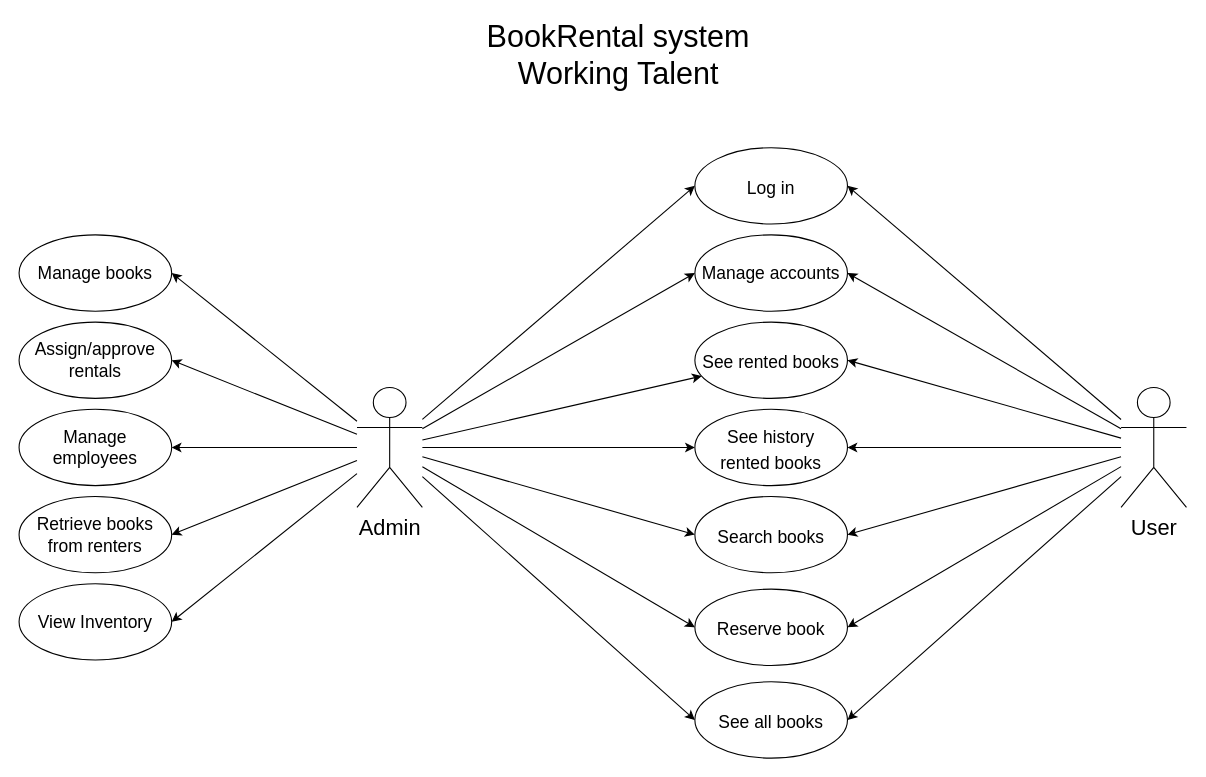
The draw.io diagram diagrams/Use case diagram.drawio in LauretteBuitenhuis/BookRental, before the edit. Source tidied: cells renumbered, new cells numbered last; positions are measured from the earlier drawing's top-left corner, leaving out a move shared by most shapes. Both pictures are drawn from the tidied source at 109%, with x=0, y=0 at pixel (19, 38).
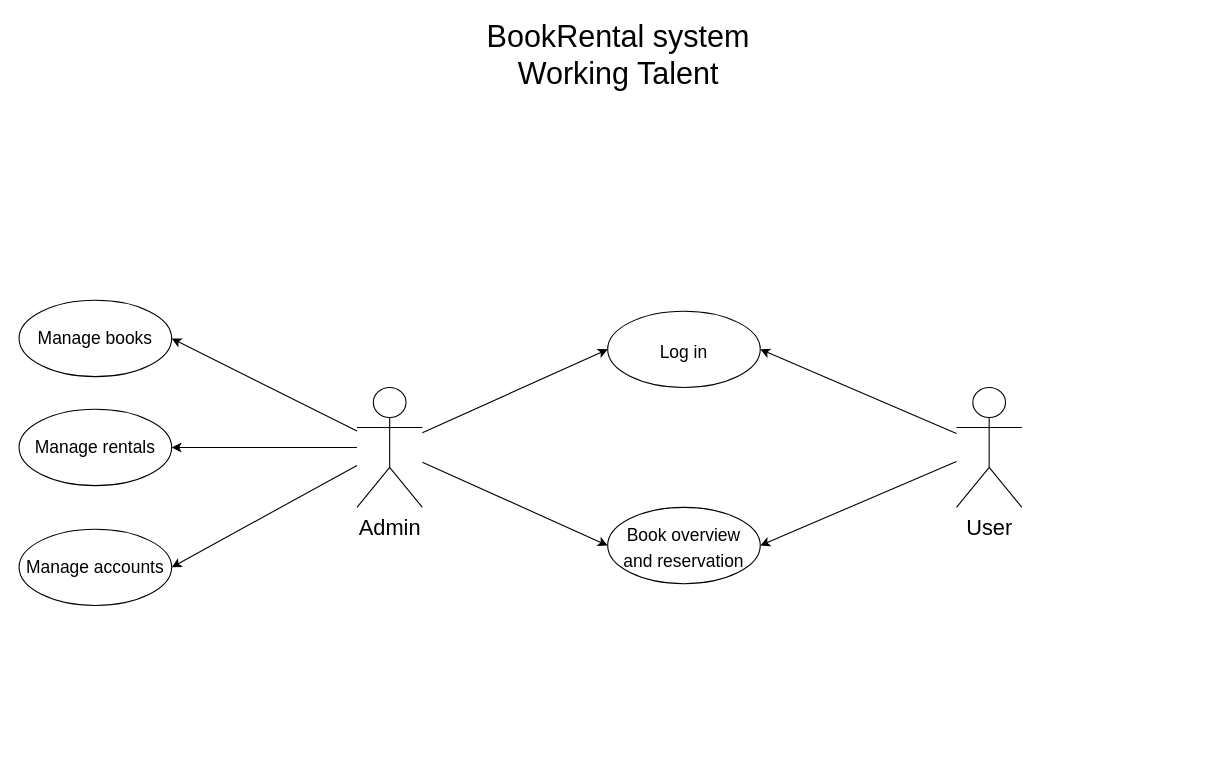
The same page after the edit.

Commit message:
Update use case diagram following combined activity diagrams

Unchanged cells that the change refers to:
```xml
<mxCell id="14" value="&lt;font style=&quot;font-size: 20px;&quot;&gt;Admin&lt;/font&gt;" style="shape=umlActor;verticalLabelPosition=bottom;verticalAlign=top;html=1;" parent="1" vertex="1">
  <mxGeometry x="310" y="320" width="60" height="110" as="geometry" />
</mxCell>
```

Diff of the diagram source:
```diff
@@
-    <mxCell id="3" style="rounded=0;jettySize=auto;html=1;" parent="1" edge="1" source="14" target="31">
+    <mxCell id="3" style="rounded=0;jettySize=auto;html=1;entryX=0;entryY=0.5;entryDx=0;entryDy=0;" parent="1" edge="1" source="14" target="31">
       <mxGeometry relative="1" as="geometry" />
     </mxCell>
-    <mxCell id="4" style="edgeStyle=none;rounded=0;jettySize=auto;html=1;" parent="1" edge="1" source="14" target="32">
-      <mxGeometry relative="1" as="geometry" />
-    </mxCell>
-    <mxCell id="5" style="edgeStyle=none;rounded=0;jettySize=auto;html=1;entryX=0;entryY=0.5;entryDx=0;entryDy=0;" parent="1" edge="1" source="14" target="30">
-      <mxGeometry relative="1" as="geometry" />
-    </mxCell>
-    <mxCell id="6" style="edgeStyle=none;rounded=0;jettySize=auto;html=1;entryX=0;entryY=0.5;entryDx=0;entryDy=0;" parent="1" edge="1" source="14" target="33">
-      <mxGeometry relative="1" as="geometry" />
-    </mxCell>
-    <mxCell id="7" style="edgeStyle=none;rounded=0;jettySize=auto;html=1;entryX=0;entryY=0.5;entryDx=0;entryDy=0;" parent="1" edge="1" source="14" target="35">
-      <mxGeometry relative="1" as="geometry" />
-    </mxCell>
-    <mxCell id="8" style="edgeStyle=none;rounded=0;jettySize=auto;html=1;entryX=0;entryY=0.5;entryDx=0;entryDy=0;" parent="1" edge="1" source="14" target="34">
-      <mxGeometry relative="1" as="geometry" />
-    </mxCell>
@@
-    <mxCell id="12" style="edgeStyle=none;rounded=0;jettySize=auto;html=1;entryX=1;entryY=0.5;entryDx=0;entryDy=0;" parent="1" edge="1" source="14" target="20">
-      <mxGeometry relative="1" as="geometry" />
-    </mxCell>
-    <mxCell id="13" style="edgeStyle=none;rounded=0;jettySize=auto;html=1;entryX=1;entryY=0.5;entryDx=0;entryDy=0;" parent="1" edge="1" source="14" target="19">
-      <mxGeometry relative="1" as="geometry" />
-    </mxCell>
@@
     <mxCell id="16" value="Manage books" style="ellipse;whiteSpace=wrap;html=1;fontSize=16;" parent="1" vertex="1">
-      <mxGeometry y="180" width="140" height="70" as="geometry" />
+      <mxGeometry y="240" width="140" height="70" as="geometry" />
     </mxCell>
-    <mxCell id="17" value="Manage employees" style="ellipse;whiteSpace=wrap;html=1;fontSize=16;" parent="1" vertex="1">
-      <mxGeometry y="340" width="140" height="70" as="geometry" />
+    <mxCell id="17" value="Manage accounts" style="ellipse;whiteSpace=wrap;html=1;fontSize=16;" parent="1" vertex="1">
+      <mxGeometry y="450" width="140" height="70" as="geometry" />
     </mxCell>
-    <mxCell id="18" value="Assign/approve rentals" style="ellipse;whiteSpace=wrap;html=1;fontSize=16;" parent="1" vertex="1">
-      <mxGeometry y="260" width="140" height="70" as="geometry" />
+    <mxCell id="18" value="Manage rentals" style="ellipse;whiteSpace=wrap;html=1;fontSize=16;" parent="1" vertex="1">
+      <mxGeometry y="340" width="140" height="70" as="geometry" />
     </mxCell>
-    <mxCell id="19" value="View Inventory" style="ellipse;whiteSpace=wrap;html=1;fontSize=16;" parent="1" vertex="1">
-      <mxGeometry y="500" width="140" height="70" as="geometry" />
-    </mxCell>
-    <mxCell id="20" value="Retrieve books from renters" style="ellipse;whiteSpace=wrap;html=1;fontSize=16;" parent="1" vertex="1">
-      <mxGeometry y="420" width="140" height="70" as="geometry" />
-    </mxCell>
@@
-    <mxCell id="23" style="edgeStyle=none;rounded=0;jettySize=auto;html=1;entryX=1;entryY=0.5;entryDx=0;entryDy=0;fontSize=16;" parent="1" edge="1" source="28" target="32">
-      <mxGeometry relative="1" as="geometry" />
-    </mxCell>
-    <mxCell id="24" style="edgeStyle=none;rounded=0;jettySize=auto;html=1;entryX=1;entryY=0.5;entryDx=0;entryDy=0;fontSize=16;" parent="1" edge="1" source="28" target="30">
-      <mxGeometry relative="1" as="geometry" />
-    </mxCell>
-    <mxCell id="25" style="edgeStyle=none;rounded=0;jettySize=auto;html=1;entryX=1;entryY=0.5;entryDx=0;entryDy=0;fontSize=16;" parent="1" edge="1" source="28" target="33">
-      <mxGeometry relative="1" as="geometry" />
-    </mxCell>
-    <mxCell id="26" style="edgeStyle=none;rounded=0;jettySize=auto;html=1;entryX=1;entryY=0.5;entryDx=0;entryDy=0;fontSize=16;" parent="1" edge="1" source="28" target="34">
-      <mxGeometry relative="1" as="geometry" />
-    </mxCell>
-    <mxCell id="27" style="edgeStyle=none;rounded=0;jettySize=auto;html=1;entryX=1;entryY=0.5;entryDx=0;entryDy=0;" parent="1" edge="1" source="28" target="35">
-      <mxGeometry relative="1" as="geometry" />
-    </mxCell>
     <mxCell id="28" value="&lt;font style=&quot;font-size: 20px;&quot;&gt;User&lt;/font&gt;" style="shape=umlActor;verticalLabelPosition=bottom;verticalAlign=top;html=1;" parent="1" vertex="1">
-      <mxGeometry x="1011" y="320" width="60" height="110" as="geometry" />
+      <mxGeometry x="860" y="320" width="60" height="110" as="geometry" />
     </mxCell>
     <mxCell id="29" value="&lt;font style=&quot;font-size: 16px;&quot;&gt;Log in&lt;/font&gt;" style="ellipse;whiteSpace=wrap;html=1;fontSize=20;" parent="1" vertex="1">
-      <mxGeometry x="620" y="100" width="140" height="70" as="geometry" />
+      <mxGeometry x="540" y="250" width="140" height="70" as="geometry" />
     </mxCell>
-    <mxCell id="30" value="&lt;font style=&quot;font-size: 16px;&quot;&gt;Search books&lt;/font&gt;" style="ellipse;whiteSpace=wrap;html=1;fontSize=20;" parent="1" vertex="1">
-      <mxGeometry x="620" y="420" width="140" height="70" as="geometry" />
-    </mxCell>
-    <mxCell id="31" value="&lt;font style=&quot;font-size: 16px;&quot;&gt;See rented books&lt;/font&gt;" style="ellipse;whiteSpace=wrap;html=1;fontSize=20;" parent="1" vertex="1">
-      <mxGeometry x="620" y="260" width="140" height="70" as="geometry" />
+    <mxCell id="31" value="&lt;font style=&quot;font-size: 16px;&quot;&gt;Book overview&lt;br&gt;and reservation&lt;br&gt;&lt;/font&gt;" style="ellipse;whiteSpace=wrap;html=1;fontSize=20;" parent="1" vertex="1">
+      <mxGeometry x="540" y="430" width="140" height="70" as="geometry" />
     </mxCell>
-    <mxCell id="32" value="&lt;font style=&quot;font-size: 16px;&quot;&gt;&lt;font style=&quot;font-size: 16px;&quot;&gt;See&lt;/font&gt;&lt;font style=&quot;font-size: 16px;&quot;&gt; &lt;/font&gt;&lt;font style=&quot;font-size: 16px;&quot;&gt;history &lt;br&gt;rented books&lt;/font&gt;&lt;/font&gt;" style="ellipse;whiteSpace=wrap;html=1;fontSize=20;" parent="1" vertex="1">
-      <mxGeometry x="620" y="340" width="140" height="70" as="geometry" />
-    </mxCell>
-    <mxCell id="33" value="&lt;font style=&quot;font-size: 16px;&quot;&gt;See all books&lt;/font&gt;" style="ellipse;whiteSpace=wrap;html=1;fontSize=20;" parent="1" vertex="1">
-      <mxGeometry x="620" y="590" width="140" height="70" as="geometry" />
-    </mxCell>
-    <mxCell id="34" value="&lt;font style=&quot;font-size: 16px;&quot;&gt;Reserve book&lt;/font&gt;" style="ellipse;whiteSpace=wrap;html=1;fontSize=20;" parent="1" vertex="1">
-      <mxGeometry x="620" y="505" width="140" height="70" as="geometry" />
-    </mxCell>
-    <mxCell id="35" value="Manage accounts" style="ellipse;whiteSpace=wrap;html=1;fillStyle=auto;fontSize=16;fillColor=none;gradientColor=default;" parent="1" vertex="1">
-      <mxGeometry x="620" y="180" width="140" height="70" as="geometry" />
-    </mxCell>
```
